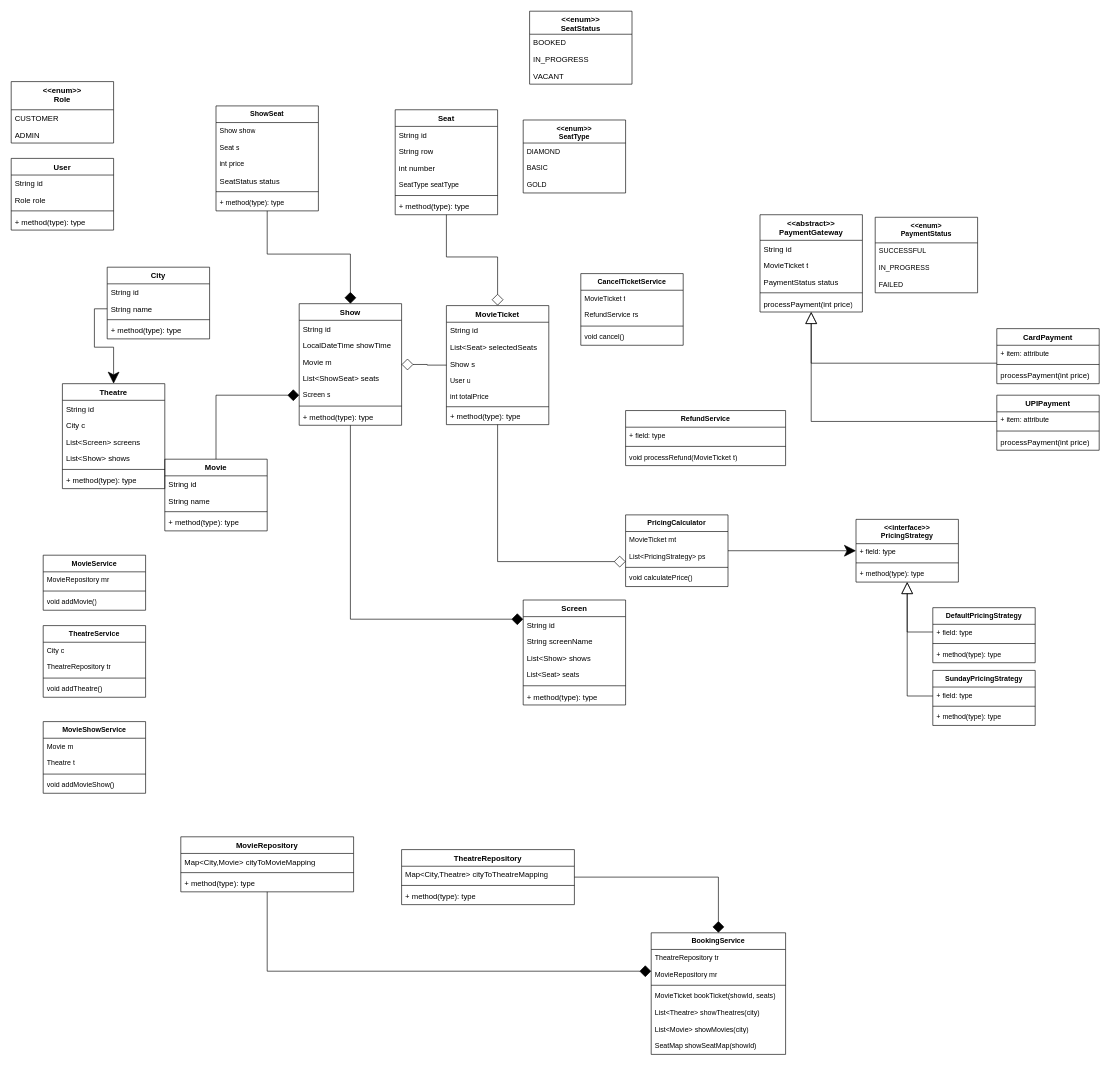
Earlier version of the draw.io diagram BMS_LLD.drawio (akshat-code21/book_my_show). Source tidied: cells renumbered, new cells numbered last; positions are measured from the earlier drawing's top-left corner, leaving out a move shared by most shapes. Both pictures are drawn from the tidied source at 64%, with x=0, y=0 at pixel (11, 11).
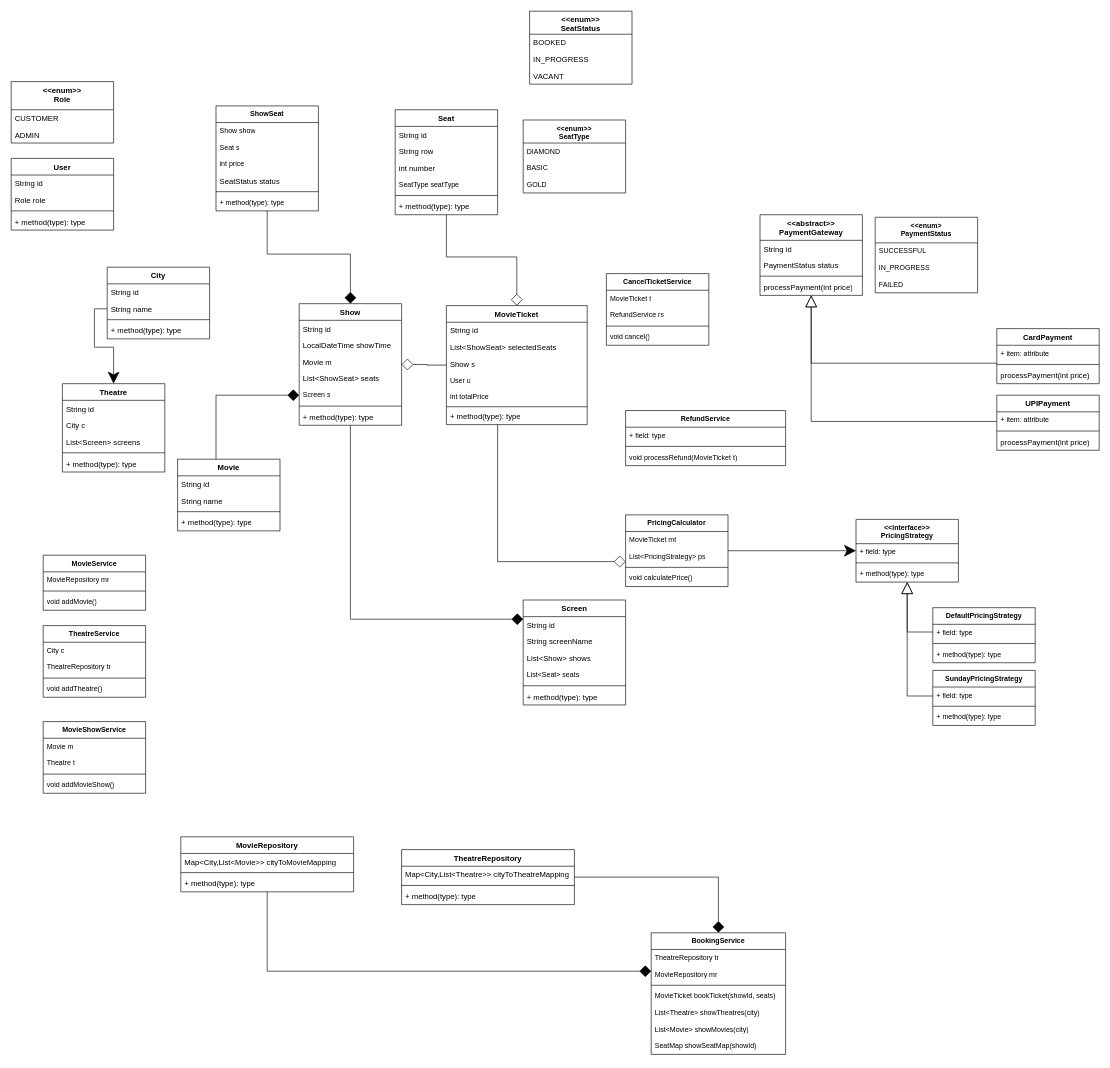
The same diagram, later.

The change refers to these unchanged cells:
```xml
<mxCell id="66" value="TheatreRepository" style="swimlane;fontStyle=1;align=center;verticalAlign=top;horizontal=1;startSize=26;whiteSpace=wrap;html=1;" parent="1" vertex="1">
  <mxGeometry x="610" y="1310" width="270" height="86" as="geometry" />
</mxCell>
<mxCell id="70" value="MovieRepository" style="swimlane;fontStyle=1;align=center;verticalAlign=top;horizontal=1;startSize=26;whiteSpace=wrap;html=1;" parent="1" vertex="1">
  <mxGeometry x="265" y="1290" width="270" height="86" as="geometry" />
</mxCell>
```

Change to the diagram source:
```diff
@@
     <mxCell id="10" value="Movie" style="swimlane;fontStyle=1;align=center;verticalAlign=top;horizontal=1;startSize=26;whiteSpace=wrap;html=1;" parent="1" vertex="1">
-      <mxGeometry x="240" y="700" width="160" height="112" as="geometry" />
+      <mxGeometry x="260" y="700" width="160" height="112" as="geometry" />
     </mxCell>
@@
     <mxCell id="15" value="Theatre" style="swimlane;fontStyle=1;align=center;verticalAlign=top;horizontal=1;startSize=26;whiteSpace=wrap;html=1;" parent="1" vertex="1">
-      <mxGeometry x="80" y="582" width="160" height="164" as="geometry" />
+      <mxGeometry x="80" y="582" width="160" height="138" as="geometry" />
     </mxCell>
@@
-    <mxCell id="19" value="List&amp;lt;Show&amp;gt; shows" style="text;strokeColor=none;fillColor=none;align=left;verticalAlign=top;spacingLeft=4;spacingRight=4;overflow=hidden;whiteSpace=wrap;html=1;" parent="15" vertex="1">
-      <mxGeometry y="104" width="160" height="26" as="geometry" />
-    </mxCell>
     <mxCell id="20" style="line;strokeWidth=1;fillColor=none;align=left;verticalAlign=middle;spacingTop=-1;spacingLeft=3;spacingRight=3;labelPosition=right;strokeColor=inherit;" parent="15" vertex="1">
-      <mxGeometry y="130" width="160" height="8" as="geometry" />
+      <mxGeometry y="104" width="160" height="8" as="geometry" />
     </mxCell>
     <mxCell id="21" value="+ method(type): type" style="text;strokeColor=none;fillColor=none;align=left;verticalAlign=top;spacingLeft=4;spacingRight=4;overflow=hidden;whiteSpace=wrap;html=1;" parent="15" vertex="1">
-      <mxGeometry y="138" width="160" height="26" as="geometry" />
+      <mxGeometry y="112" width="160" height="26" as="geometry" />
     </mxCell>
@@
     <mxCell id="46" value="MovieTicket" style="swimlane;fontStyle=1;align=center;verticalAlign=top;horizontal=1;startSize=26;whiteSpace=wrap;html=1;" parent="1" vertex="1">
-      <mxGeometry x="680" y="460" width="160" height="186" as="geometry" />
+      <mxGeometry x="680" y="460" width="220" height="186" as="geometry" />
     </mxCell>
     <mxCell id="47" value="String id" style="text;strokeColor=none;fillColor=none;align=left;verticalAlign=top;spacingLeft=4;spacingRight=4;overflow=hidden;whiteSpace=wrap;html=1;" parent="46" vertex="1">
-      <mxGeometry y="26" width="160" height="26" as="geometry" />
+      <mxGeometry y="26" width="220" height="26" as="geometry" />
     </mxCell>
-    <mxCell id="48" value="List&amp;lt;Seat&amp;gt; selectedSeats" style="text;strokeColor=none;fillColor=none;align=left;verticalAlign=top;spacingLeft=4;spacingRight=4;overflow=hidden;whiteSpace=wrap;html=1;" parent="46" vertex="1">
-      <mxGeometry y="52" width="160" height="26" as="geometry" />
+    <mxCell id="48" value="List&amp;lt;ShowSeat&amp;gt; selectedSeats" style="text;strokeColor=none;fillColor=none;align=left;verticalAlign=top;spacingLeft=4;spacingRight=4;overflow=hidden;whiteSpace=wrap;html=1;" parent="46" vertex="1">
+      <mxGeometry y="52" width="220" height="26" as="geometry" />
     </mxCell>
     <mxCell id="49" value="Show s" style="text;strokeColor=none;fillColor=none;align=left;verticalAlign=top;spacingLeft=4;spacingRight=4;overflow=hidden;whiteSpace=wrap;html=1;" parent="46" vertex="1">
-      <mxGeometry y="78" width="160" height="26" as="geometry" />
+      <mxGeometry y="78" width="220" height="26" as="geometry" />
     </mxCell>
     <mxCell id="50" value="User u" style="text;strokeColor=none;fillColor=none;align=left;verticalAlign=top;spacingLeft=4;spacingRight=4;overflow=hidden;whiteSpace=wrap;html=1;fontFamily=Helvetica;fontSize=11;fontColor=default;labelBackgroundColor=default;" parent="46" vertex="1">
-      <mxGeometry y="104" width="160" height="26" as="geometry" />
+      <mxGeometry y="104" width="220" height="26" as="geometry" />
     </mxCell>
     <mxCell id="51" value="int totalPrice" style="text;strokeColor=none;fillColor=none;align=left;verticalAlign=top;spacingLeft=4;spacingRight=4;overflow=hidden;whiteSpace=wrap;html=1;fontFamily=Helvetica;fontSize=11;fontColor=default;labelBackgroundColor=default;" parent="46" vertex="1">
-      <mxGeometry y="130" width="160" height="26" as="geometry" />
+      <mxGeometry y="130" width="220" height="26" as="geometry" />
     </mxCell>
     <mxCell id="52" style="line;strokeWidth=1;fillColor=none;align=left;verticalAlign=middle;spacingTop=-1;spacingLeft=3;spacingRight=3;labelPosition=right;strokeColor=inherit;" parent="46" vertex="1">
-      <mxGeometry y="156" width="160" height="4" as="geometry" />
+      <mxGeometry y="156" width="220" height="4" as="geometry" />
     </mxCell>
     <mxCell id="53" value="+ method(type): type" style="text;strokeColor=none;fillColor=none;align=left;verticalAlign=top;spacingLeft=4;spacingRight=4;overflow=hidden;whiteSpace=wrap;html=1;" parent="46" vertex="1">
-      <mxGeometry y="160" width="160" height="26" as="geometry" />
+      <mxGeometry y="160" width="220" height="26" as="geometry" />
     </mxCell>
@@
-    <mxCell id="67" value="Map&amp;lt;City,Theatre&amp;gt; cityToTheatreMapping" style="text;strokeColor=none;fillColor=none;align=left;verticalAlign=top;spacingLeft=4;spacingRight=4;overflow=hidden;whiteSpace=wrap;html=1;" parent="66" vertex="1">
+    <mxCell id="67" value="Map&amp;lt;City,List&amp;lt;Theatre&amp;gt;&amp;gt; cityToTheatreMapping" style="text;strokeColor=none;fillColor=none;align=left;verticalAlign=top;spacingLeft=4;spacingRight=4;overflow=hidden;whiteSpace=wrap;html=1;" parent="66" vertex="1">
       <mxGeometry y="26" width="270" height="26" as="geometry" />
     </mxCell>
@@
-    <mxCell id="71" value="Map&amp;lt;City,Movie&amp;gt; cityToMovieMapping" style="text;strokeColor=none;fillColor=none;align=left;verticalAlign=top;spacingLeft=4;spacingRight=4;overflow=hidden;whiteSpace=wrap;html=1;" parent="70" vertex="1">
+    <mxCell id="71" value="Map&amp;lt;City,List&amp;lt;Movie&amp;gt;&amp;gt; cityToMovieMapping" style="text;strokeColor=none;fillColor=none;align=left;verticalAlign=top;spacingLeft=4;spacingRight=4;overflow=hidden;whiteSpace=wrap;html=1;" parent="70" vertex="1">
       <mxGeometry y="26" width="270" height="26" as="geometry" />
     </mxCell>
@@
     <mxCell id="74" value="&lt;div&gt;&amp;lt;&amp;lt;abstract&amp;gt;&amp;gt;&lt;/div&gt;PaymentGateway" style="swimlane;fontStyle=1;align=center;verticalAlign=top;horizontal=1;startSize=40;whiteSpace=wrap;html=1;" parent="1" vertex="1">
-      <mxGeometry x="1170" y="318" width="160" height="152" as="geometry" />
+      <mxGeometry x="1170" y="318" width="160" height="126" as="geometry" />
     </mxCell>
@@
-    <mxCell id="76" value="MovieTicket t" style="text;strokeColor=none;fillColor=none;align=left;verticalAlign=top;spacingLeft=4;spacingRight=4;overflow=hidden;whiteSpace=wrap;html=1;" parent="74" vertex="1">
-      <mxGeometry y="66" width="160" height="26" as="geometry" />
-    </mxCell>
     <mxCell id="77" value="PaymentStatus status" style="text;strokeColor=none;fillColor=none;align=left;verticalAlign=top;spacingLeft=4;spacingRight=4;overflow=hidden;whiteSpace=wrap;html=1;" parent="74" vertex="1">
-      <mxGeometry y="92" width="160" height="26" as="geometry" />
+      <mxGeometry y="66" width="160" height="26" as="geometry" />
     </mxCell>
     <mxCell id="78" style="line;strokeWidth=1;fillColor=none;align=left;verticalAlign=middle;spacingTop=-1;spacingLeft=3;spacingRight=3;labelPosition=right;strokeColor=inherit;" parent="74" vertex="1">
-      <mxGeometry y="118" width="160" height="8" as="geometry" />
+      <mxGeometry y="92" width="160" height="8" as="geometry" />
     </mxCell>
     <mxCell id="79" value="processPayment(int price)" style="text;strokeColor=none;fillColor=none;align=left;verticalAlign=top;spacingLeft=4;spacingRight=4;overflow=hidden;whiteSpace=wrap;html=1;" parent="74" vertex="1">
-      <mxGeometry y="126" width="160" height="26" as="geometry" />
+      <mxGeometry y="100" width="160" height="26" as="geometry" />
     </mxCell>
@@
     <mxCell id="90" value="CancelTicketService" style="swimlane;fontStyle=1;align=center;verticalAlign=top;horizontal=1;startSize=26;whiteSpace=wrap;html=1;fontFamily=Helvetica;fontSize=11;fontColor=default;labelBackgroundColor=default;" parent="1" vertex="1">
-      <mxGeometry x="890" y="410" width="160" height="112" as="geometry" />
+      <mxGeometry x="930" y="410" width="160" height="112" as="geometry" />
     </mxCell>
```
